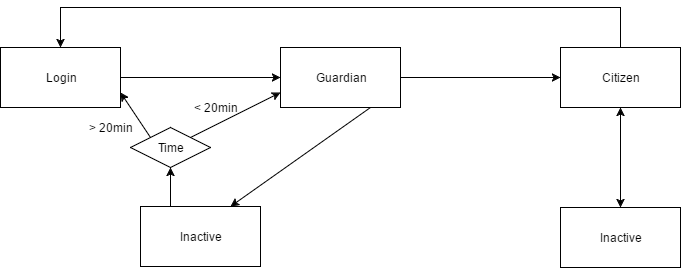
Above: figures/LoginDiagram.png in SimonHoejberg/P6 (draw.io), before the change. Source tidied: cells renumbered, new cells last; positions are measured from the earlier drawing's top-left corner, leaving out a move shared by most shapes. Its diagram source:
```xml
<mxGraphModel background="#ffffff">
  <root>
    <mxCell id="0" />
    <mxCell id="1" parent="0" />
    <mxCell id="2" style="edgeStyle=none;rounded=0;html=1;exitX=1;exitY=0.5;entryX=0;entryY=0.5;startArrow=none;startFill=0;endArrow=classic;endFill=1;jettySize=auto;" parent="1" edge="1" source="4" target="7">
      <mxGeometry relative="1" as="geometry" />
    </mxCell>
    <mxCell id="3" style="edgeStyle=none;rounded=0;html=1;exitX=1;exitY=0.75;entryX=0;entryY=0;startArrow=classic;startFill=1;endArrow=none;endFill=0;jettySize=auto;" parent="1" edge="1" source="4" target="15">
      <mxGeometry relative="1" as="geometry" />
    </mxCell>
    <mxCell id="4" value="Login" style="whiteSpace=wrap;html=1;" parent="1" vertex="1">
      <mxGeometry y="40" width="120" height="60" as="geometry" />
    </mxCell>
    <mxCell id="5" style="edgeStyle=none;rounded=0;html=1;exitX=1;exitY=0.5;entryX=0;entryY=0.5;startArrow=none;startFill=0;endArrow=classic;endFill=1;jettySize=auto;" parent="1" edge="1" source="7" target="10">
      <mxGeometry relative="1" as="geometry" />
    </mxCell>
    <mxCell id="6" style="edgeStyle=none;rounded=0;html=1;exitX=0.75;exitY=1;entryX=0.75;entryY=0;startArrow=none;startFill=0;endArrow=classic;endFill=1;jettySize=auto;" parent="1" edge="1" source="7" target="11">
      <mxGeometry relative="1" as="geometry" />
    </mxCell>
    <mxCell id="7" value="Guardian" style="whiteSpace=wrap;html=1;" parent="1" vertex="1">
      <mxGeometry x="280" y="40" width="120" height="60" as="geometry" />
    </mxCell>
    <mxCell id="8" style="edgeStyle=orthogonalEdgeStyle;rounded=0;html=1;exitX=0.5;exitY=0;entryX=0.5;entryY=0;startArrow=none;startFill=0;endArrow=classic;endFill=1;jettySize=auto;" parent="1" edge="1" source="10" target="4">
      <mxGeometry relative="1" as="geometry">
        <Array as="points">
          <mxPoint x="620" />
          <mxPoint x="60" />
        </Array>
      </mxGeometry>
    </mxCell>
    <mxCell id="9" style="edgeStyle=none;rounded=0;html=1;exitX=0.5;exitY=1;entryX=0.5;entryY=0;startArrow=classic;startFill=1;endArrow=classic;endFill=1;jettySize=auto;" parent="1" edge="1" source="10" target="12">
      <mxGeometry relative="1" as="geometry" />
    </mxCell>
    <mxCell id="10" value="Citizen" style="whiteSpace=wrap;html=1;" parent="1" vertex="1">
      <mxGeometry x="560" y="40" width="120" height="60" as="geometry" />
    </mxCell>
    <mxCell id="11" value="Inactive" style="whiteSpace=wrap;html=1;" parent="1" vertex="1">
      <mxGeometry x="140" y="199" width="120" height="60" as="geometry" />
    </mxCell>
    <mxCell id="12" value="Inactive" style="whiteSpace=wrap;html=1;" parent="1" vertex="1">
      <mxGeometry x="560" y="200" width="120" height="60" as="geometry" />
    </mxCell>
    <mxCell id="13" style="edgeStyle=none;rounded=0;html=1;exitX=1;exitY=0;entryX=0;entryY=0.75;startArrow=none;startFill=0;endArrow=classic;endFill=1;jettySize=auto;" parent="1" edge="1" source="15" target="7">
      <mxGeometry relative="1" as="geometry" />
    </mxCell>
    <mxCell id="14" style="edgeStyle=none;rounded=0;html=1;exitX=0.5;exitY=1;entryX=0.25;entryY=0;startArrow=classic;startFill=1;endArrow=none;endFill=0;jettySize=auto;" parent="1" edge="1" source="15" target="11">
      <mxGeometry relative="1" as="geometry" />
    </mxCell>
    <mxCell id="15" value="Time" style="rhombus;whiteSpace=wrap;html=1;" parent="1" vertex="1">
      <mxGeometry x="130" y="120" width="80" height="40" as="geometry" />
    </mxCell>
    <mxCell id="16" value="&amp;gt; 20min" style="text;html=1;strokeColor=none;fillColor=none;align=center;verticalAlign=middle;whiteSpace=wrap;" parent="1" vertex="1">
      <mxGeometry x="85" y="110" width="50" height="20" as="geometry" />
    </mxCell>
    <mxCell id="17" value="&amp;lt; 20min" style="text;html=1;strokeColor=none;fillColor=none;align=center;verticalAlign=middle;whiteSpace=wrap;" parent="1" vertex="1">
      <mxGeometry x="190" y="90" width="50" height="20" as="geometry" />
    </mxCell>
  </root>
</mxGraphModel>
```
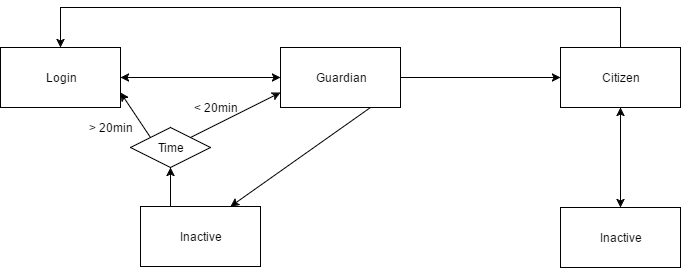
After the change.

What changed in the source:
```diff
@@ -2,7 +2,7 @@
   <root>
     <mxCell id="0" />
     <mxCell id="1" parent="0" />
-    <mxCell id="2" style="edgeStyle=none;rounded=0;html=1;exitX=1;exitY=0.5;entryX=0;entryY=0.5;startArrow=none;startFill=0;endArrow=classic;endFill=1;jettySize=auto;" parent="1" edge="1" source="4" target="7">
+    <mxCell id="2" style="edgeStyle=none;rounded=0;html=1;exitX=1;exitY=0.5;entryX=0;entryY=0.5;startArrow=classic;startFill=1;endArrow=classic;endFill=1;jettySize=auto;" parent="1" edge="1" source="4" target="7">
       <mxGeometry relative="1" as="geometry" />
     </mxCell>
     <mxCell id="3" style="edgeStyle=none;rounded=0;html=1;exitX=1;exitY=0.75;entryX=0;entryY=0;startArrow=classic;startFill=1;endArrow=none;endFill=0;jettySize=auto;" parent="1" edge="1" source="4" target="15">
```
